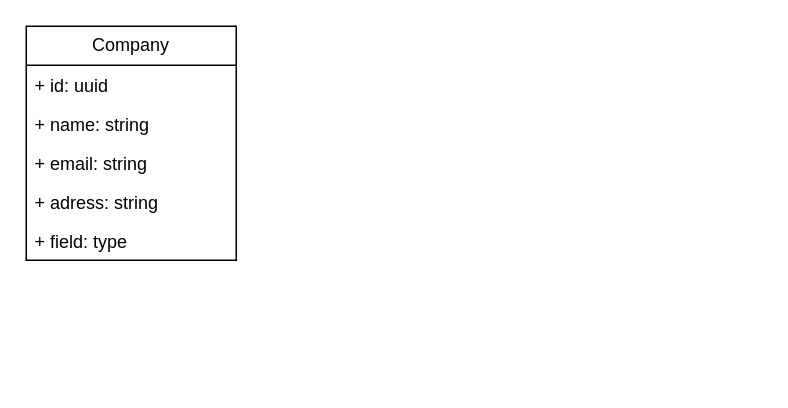
The draw.io diagram carpooling_management_application/carpooling_management_application.drawio in adoumasseo/UML-Modeling, before the edit. Source tidied: cells renumbered, new cells numbered last; positions are measured from the earlier drawing's top-left corner, leaving out a move shared by most shapes. Both pictures are drawn from the tidied source at 150%, with x=0, y=0 at pixel (26, 26).
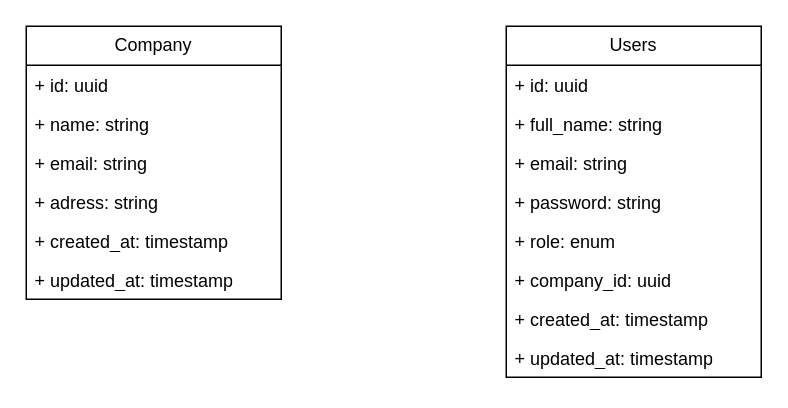
Above is the later version.

Commit message (it also covers changes not shown here):
Mettre à jour carpooling_management_application.drawio

Change to the diagram source:
```diff
@@
 <mxGraphModel>
   <root>
     <mxCell id="0" />
     <mxCell id="1" parent="0" />
     <mxCell id="2" value="Company" style="swimlane;fontStyle=0;horizontal=1;startSize=26;fillColor=none;whiteSpace=wrap;html=1;" parent="1" vertex="1">
-      <mxGeometry width="140" height="156" as="geometry" />
+      <mxGeometry width="170" height="182" as="geometry" />
     </mxCell>
     <mxCell id="3" value="+ id: uuid" style="text;strokeColor=none;fillColor=none;align=left;verticalAlign=top;spacingLeft=4;spacingRight=4;overflow=hidden;whiteSpace=wrap;html=1;" parent="2" vertex="1">
-      <mxGeometry y="26" width="140" height="26" as="geometry" />
+      <mxGeometry y="26" width="170" height="26" as="geometry" />
     </mxCell>
     <mxCell id="4" value="+ name: string" style="text;strokeColor=none;fillColor=none;align=left;verticalAlign=top;spacingLeft=4;spacingRight=4;overflow=hidden;whiteSpace=wrap;html=1;" parent="2" vertex="1">
-      <mxGeometry y="52" width="140" height="26" as="geometry" />
+      <mxGeometry y="52" width="170" height="26" as="geometry" />
     </mxCell>
     <mxCell id="5" value="+ email: string" style="text;strokeColor=none;fillColor=none;align=left;verticalAlign=top;spacingLeft=4;spacingRight=4;overflow=hidden;whiteSpace=wrap;html=1;" parent="2" vertex="1">
-      <mxGeometry y="78" width="140" height="26" as="geometry" />
+      <mxGeometry y="78" width="170" height="26" as="geometry" />
     </mxCell>
     <mxCell id="6" value="+ adress: string" style="text;strokeColor=none;fillColor=none;align=left;verticalAlign=top;spacingLeft=4;spacingRight=4;overflow=hidden;whiteSpace=wrap;html=1;" parent="2" vertex="1">
-      <mxGeometry y="104" width="140" height="26" as="geometry" />
+      <mxGeometry y="104" width="170" height="26" as="geometry" />
     </mxCell>
-    <mxCell id="7" value="+ field: type" style="text;strokeColor=none;fillColor=none;align=left;verticalAlign=top;spacingLeft=4;spacingRight=4;overflow=hidden;whiteSpace=wrap;html=1;" parent="2" vertex="1">
-      <mxGeometry y="130" width="140" height="26" as="geometry" />
+    <mxCell id="7" value="+ created_at: timestamp" style="text;strokeColor=none;fillColor=none;align=left;verticalAlign=top;spacingLeft=4;spacingRight=4;overflow=hidden;whiteSpace=wrap;html=1;" parent="2" vertex="1">
+      <mxGeometry y="130" width="170" height="26" as="geometry" />
     </mxCell>
+    <mxCell id="8" value="+ updated_at: timestamp" style="text;strokeColor=none;fillColor=none;align=left;verticalAlign=top;spacingLeft=4;spacingRight=4;overflow=hidden;whiteSpace=wrap;html=1;" parent="2" vertex="1">
+      <mxGeometry y="156" width="170" height="26" as="geometry" />
+    </mxCell>
+    <mxCell id="9" value="Users" style="swimlane;fontStyle=0;horizontal=1;startSize=26;fillColor=none;whiteSpace=wrap;html=1;" parent="1" vertex="1">
+      <mxGeometry x="320" width="170" height="234" as="geometry" />
+    </mxCell>
+    <mxCell id="10" value="+ id: uuid" style="text;strokeColor=none;fillColor=none;align=left;verticalAlign=top;spacingLeft=4;spacingRight=4;overflow=hidden;whiteSpace=wrap;html=1;" parent="9" vertex="1">
+      <mxGeometry y="26" width="170" height="26" as="geometry" />
+    </mxCell>
+    <mxCell id="11" value="+ full_name: string" style="text;strokeColor=none;fillColor=none;align=left;verticalAlign=top;spacingLeft=4;spacingRight=4;overflow=hidden;whiteSpace=wrap;html=1;" parent="9" vertex="1">
+      <mxGeometry y="52" width="170" height="26" as="geometry" />
+    </mxCell>
+    <mxCell id="12" value="+ email: string" style="text;strokeColor=none;fillColor=none;align=left;verticalAlign=top;spacingLeft=4;spacingRight=4;overflow=hidden;whiteSpace=wrap;html=1;" parent="9" vertex="1">
+      <mxGeometry y="78" width="170" height="26" as="geometry" />
+    </mxCell>
+    <mxCell id="13" value="+ password: string" style="text;strokeColor=none;fillColor=none;align=left;verticalAlign=top;spacingLeft=4;spacingRight=4;overflow=hidden;whiteSpace=wrap;html=1;" parent="9" vertex="1">
+      <mxGeometry y="104" width="170" height="26" as="geometry" />
+    </mxCell>
+    <mxCell id="14" value="+ role: enum" style="text;strokeColor=none;fillColor=none;align=left;verticalAlign=top;spacingLeft=4;spacingRight=4;overflow=hidden;whiteSpace=wrap;html=1;" parent="9" vertex="1">
+      <mxGeometry y="130" width="170" height="26" as="geometry" />
+    </mxCell>
+    <mxCell id="15" value="+&amp;nbsp;company_id: uuid" style="text;strokeColor=none;fillColor=none;align=left;verticalAlign=top;spacingLeft=4;spacingRight=4;overflow=hidden;whiteSpace=wrap;html=1;" parent="9" vertex="1">
+      <mxGeometry y="156" width="170" height="26" as="geometry" />
+    </mxCell>
+    <mxCell id="16" value="+ created_at: timestamp" style="text;strokeColor=none;fillColor=none;align=left;verticalAlign=top;spacingLeft=4;spacingRight=4;overflow=hidden;whiteSpace=wrap;html=1;" parent="9" vertex="1">
+      <mxGeometry y="182" width="170" height="26" as="geometry" />
+    </mxCell>
+    <mxCell id="17" value="+ updated_at: timestamp" style="text;strokeColor=none;fillColor=none;align=left;verticalAlign=top;spacingLeft=4;spacingRight=4;overflow=hidden;whiteSpace=wrap;html=1;" parent="9" vertex="1">
+      <mxGeometry y="208" width="170" height="26" as="geometry" />
+    </mxCell>
   </root>
 </mxGraphModel>
```
